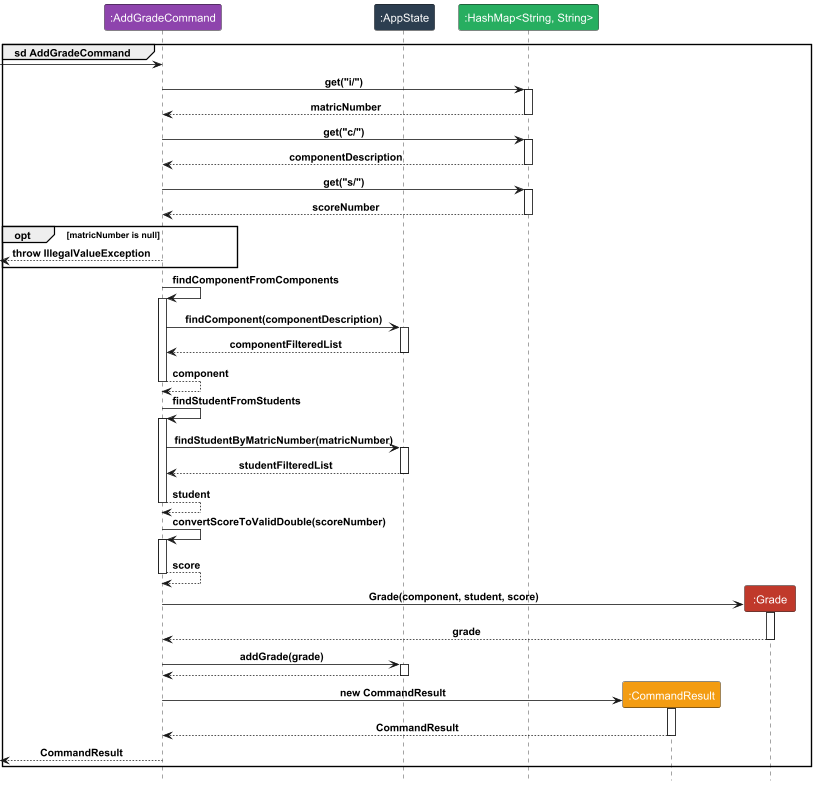
Before: docs/diagrams/AddGradeCommand.png, a diagram exported from PlantUML (yeekian/tp).
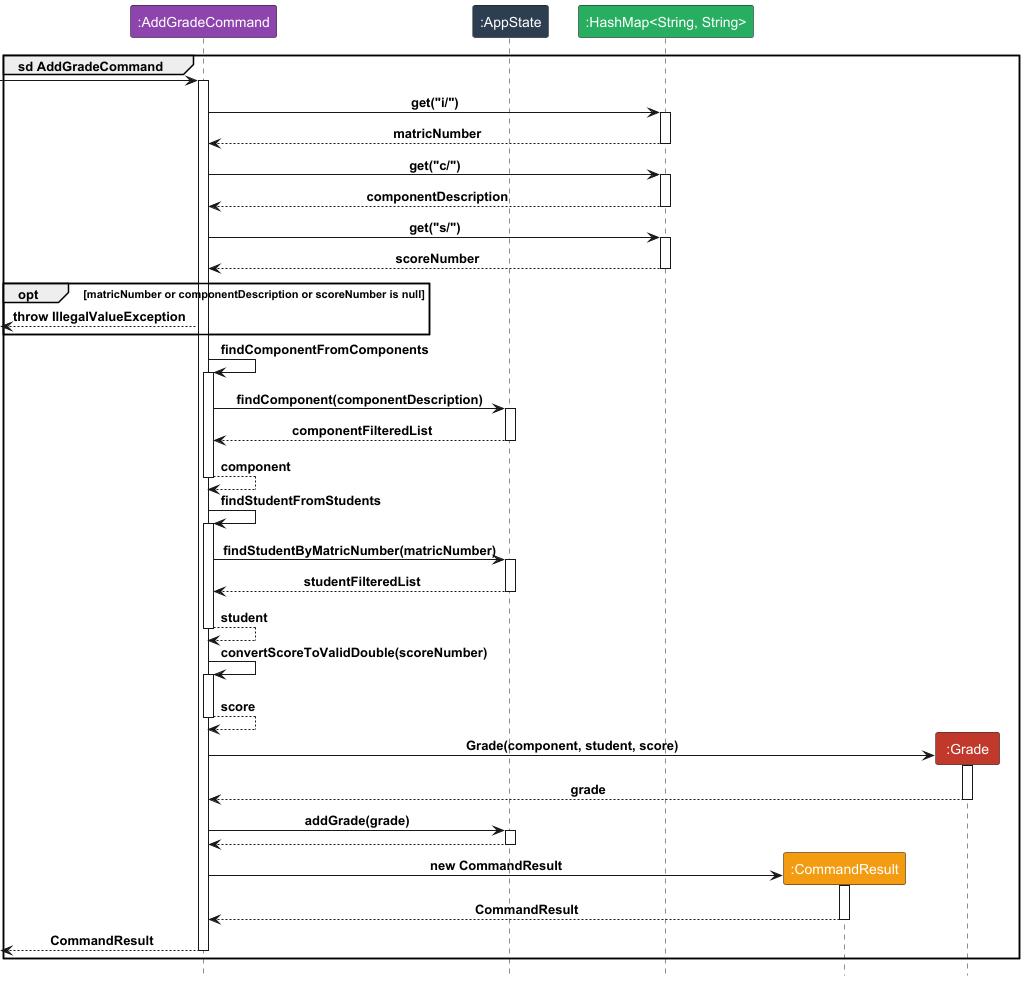
The same diagram one commit later.

The edit, as a diff of the source:
```diff
@@ -8,7 +8,7 @@
 participant ":Grade" as G LOGIC_COLOR_5
 
 [->C
-
+activate C
 C -> H : get("i/")
 activate H
 C <-- H : matricNumber
@@ -24,8 +24,8 @@
 C <-- H : scoreNumber
 deactivate H
 
-opt matricNumber is null
-[<--C : throw IllegalValueException
+opt matricNumber or componentDescription or scoreNumber is null
+    [<--C : throw IllegalValueException
 end
 
 C -> C : findComponentFromComponents
@@ -70,6 +70,7 @@
 deactivate R
 
 [<-- C : CommandResult
+deactivate C
 
 end
 
```
